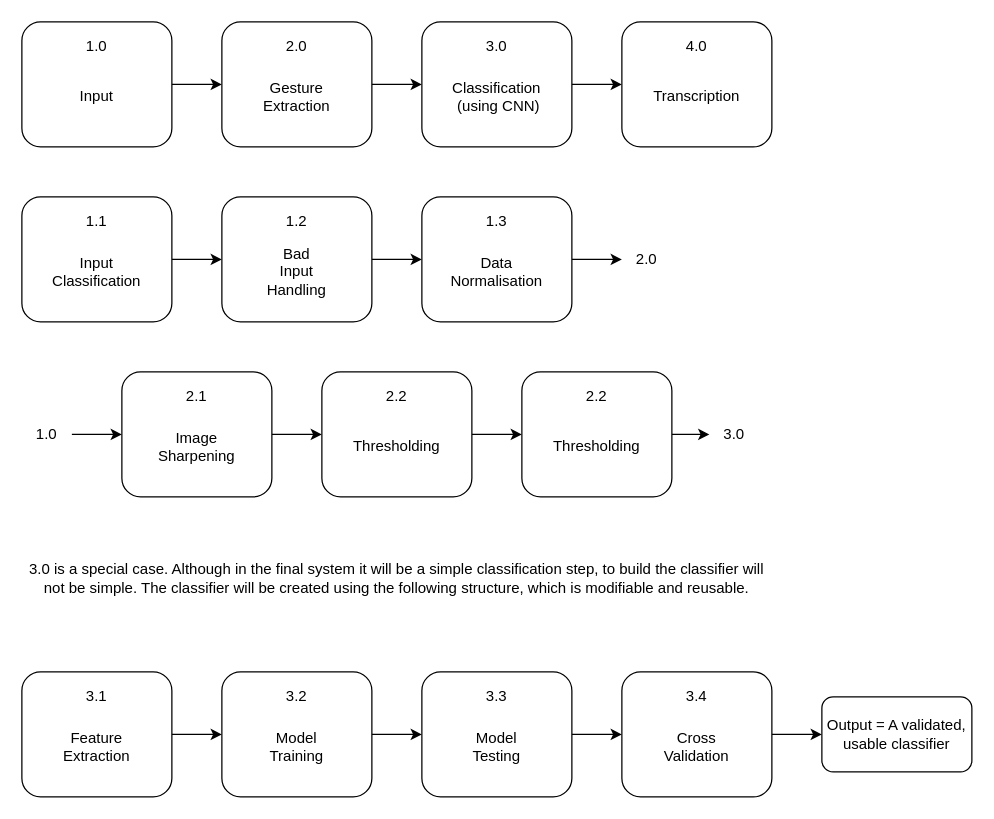
Above: Untitled Diagram.drawio in Inkletblot/drawio (draw.io), before the change. Source tidied: cells renumbered, new cells numbered last; positions are measured from the earlier drawing's top-left corner, leaving out a move shared by most shapes. Both pictures are drawn from the tidied source at 125%, with x=0, y=0 at pixel (21, 21).
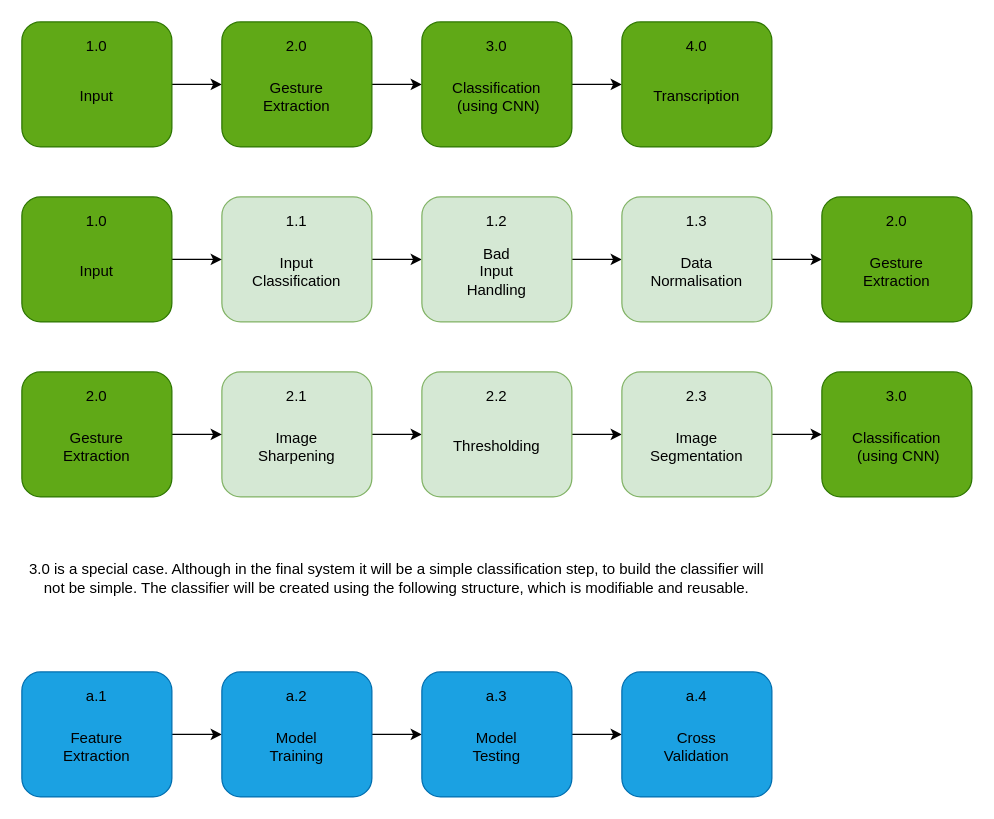
Above is the later version.

The edit, as a diff of the source:
```diff
@@
-    <mxCell id="3" style="rounded=1;whiteSpace=wrap;html=1;" parent="1" vertex="1">
+    <mxCell id="3" style="rounded=1;whiteSpace=wrap;html=1;fillColor=#60a917;strokeColor=#2D7600;fontColor=#ffffff;" parent="1" vertex="1">
       <mxGeometry width="120" height="100" as="geometry" />
     </mxCell>
@@
-    <mxCell id="7" style="rounded=1;whiteSpace=wrap;html=1;" parent="1" vertex="1">
+    <mxCell id="7" style="rounded=1;whiteSpace=wrap;html=1;fillColor=#60a917;strokeColor=#2D7600;fontColor=#ffffff;" parent="1" vertex="1">
       <mxGeometry x="160" width="120" height="100" as="geometry" />
     </mxCell>
@@
-    <mxCell id="11" style="rounded=1;whiteSpace=wrap;html=1;" parent="1" vertex="1">
+    <mxCell id="11" style="rounded=1;whiteSpace=wrap;html=1;fillColor=#1ba1e2;fontColor=#ffffff;strokeColor=#006EAF;" parent="1" vertex="1">
       <mxGeometry y="520" width="120" height="100" as="geometry" />
     </mxCell>
-    <mxCell id="12" value="3.1" style="text;html=1;strokeColor=none;fillColor=none;align=center;verticalAlign=middle;whiteSpace=wrap;rounded=0;" parent="1" vertex="1">
+    <mxCell id="12" value="a.1" style="text;html=1;strokeColor=none;fillColor=none;align=center;verticalAlign=middle;whiteSpace=wrap;rounded=0;" parent="1" vertex="1">
       <mxGeometry x="40" y="530" width="40" height="20" as="geometry" />
     </mxCell>
@@
-    <mxCell id="15" style="rounded=1;whiteSpace=wrap;html=1;" parent="1" vertex="1">
+    <mxCell id="15" style="rounded=1;whiteSpace=wrap;html=1;fillColor=#60a917;strokeColor=#2D7600;fontColor=#ffffff;" parent="1" vertex="1">
       <mxGeometry x="320" width="120" height="100" as="geometry" />
     </mxCell>
@@
-    <mxCell id="18" style="rounded=1;whiteSpace=wrap;html=1;" parent="1" vertex="1">
+    <mxCell id="18" style="rounded=1;whiteSpace=wrap;html=1;fillColor=#60a917;strokeColor=#2D7600;fontColor=#ffffff;" parent="1" vertex="1">
       <mxGeometry x="480" width="120" height="100" as="geometry" />
     </mxCell>
@@
-    <mxCell id="22" style="rounded=1;whiteSpace=wrap;html=1;" parent="1" vertex="1">
-      <mxGeometry y="140" width="120" height="100" as="geometry" />
+    <mxCell id="22" style="rounded=1;whiteSpace=wrap;html=1;fillColor=#d5e8d4;strokeColor=#82b366;" parent="1" vertex="1">
+      <mxGeometry x="160" y="140" width="120" height="100" as="geometry" />
     </mxCell>
     <mxCell id="23" value="1.1" style="text;html=1;strokeColor=none;fillColor=none;align=center;verticalAlign=middle;whiteSpace=wrap;rounded=0;" parent="1" vertex="1">
-      <mxGeometry x="40" y="150" width="40" height="20" as="geometry" />
+      <mxGeometry x="200" y="150" width="40" height="20" as="geometry" />
     </mxCell>
     <mxCell id="24" value="Input Classification" style="text;html=1;strokeColor=none;fillColor=none;align=center;verticalAlign=middle;whiteSpace=wrap;rounded=0;" parent="1" vertex="1">
-      <mxGeometry x="40" y="190" width="40" height="20" as="geometry" />
+      <mxGeometry x="200" y="190" width="40" height="20" as="geometry" />
     </mxCell>
@@
-    <mxCell id="26" style="rounded=1;whiteSpace=wrap;html=1;" parent="1" vertex="1">
-      <mxGeometry x="160" y="140" width="120" height="100" as="geometry" />
+    <mxCell id="26" style="rounded=1;whiteSpace=wrap;html=1;fillColor=#d5e8d4;strokeColor=#82b366;" parent="1" vertex="1">
+      <mxGeometry x="320" y="140" width="120" height="100" as="geometry" />
     </mxCell>
     <mxCell id="27" value="1.2" style="text;html=1;strokeColor=none;fillColor=none;align=center;verticalAlign=middle;whiteSpace=wrap;rounded=0;" parent="1" vertex="1">
-      <mxGeometry x="200" y="150" width="40" height="20" as="geometry" />
+      <mxGeometry x="360" y="150" width="40" height="20" as="geometry" />
     </mxCell>
     <mxCell id="28" value="Bad Input Handling" style="text;html=1;strokeColor=none;fillColor=none;align=center;verticalAlign=middle;whiteSpace=wrap;rounded=0;" parent="1" vertex="1">
-      <mxGeometry x="200" y="190" width="40" height="20" as="geometry" />
+      <mxGeometry x="360" y="190" width="40" height="20" as="geometry" />
     </mxCell>
-    <mxCell id="29" style="edgeStyle=orthogonalEdgeStyle;rounded=0;jettySize=auto;html=1;" parent="1" edge="1" source="30" target="33">
-      <mxGeometry relative="1" as="geometry" />
-    </mxCell>
+    <mxCell id="63" style="edgeStyle=orthogonalEdgeStyle;rounded=0;jettySize=auto;html=1;" parent="1" edge="1" source="30" target="68">
+      <mxGeometry relative="1" as="geometry" />
+    </mxCell>
-    <mxCell id="30" style="rounded=1;whiteSpace=wrap;html=1;" parent="1" vertex="1">
-      <mxGeometry x="320" y="140" width="120" height="100" as="geometry" />
+    <mxCell id="30" style="rounded=1;whiteSpace=wrap;html=1;fillColor=#d5e8d4;strokeColor=#82b366;" parent="1" vertex="1">
+      <mxGeometry x="480" y="140" width="120" height="100" as="geometry" />
     </mxCell>
     <mxCell id="31" value="1.3" style="text;html=1;strokeColor=none;fillColor=none;align=center;verticalAlign=middle;whiteSpace=wrap;rounded=0;" parent="1" vertex="1">
-      <mxGeometry x="360" y="150" width="40" height="20" as="geometry" />
+      <mxGeometry x="520" y="150" width="40" height="20" as="geometry" />
     </mxCell>
     <mxCell id="32" value="&lt;div&gt;Data Normalisation&lt;/div&gt;" style="text;html=1;strokeColor=none;fillColor=none;align=center;verticalAlign=middle;whiteSpace=wrap;rounded=0;" parent="1" vertex="1">
-      <mxGeometry x="360" y="190" width="40" height="20" as="geometry" />
+      <mxGeometry x="520" y="190" width="40" height="20" as="geometry" />
     </mxCell>
-    <mxCell id="33" value="2.0" style="text;html=1;strokeColor=none;fillColor=none;align=center;verticalAlign=middle;whiteSpace=wrap;rounded=0;" parent="1" vertex="1">
-      <mxGeometry x="480" y="180" width="40" height="20" as="geometry" />
-    </mxCell>
@@
-    <mxCell id="35" style="rounded=1;whiteSpace=wrap;html=1;" parent="1" vertex="1">
-      <mxGeometry x="80" y="280" width="120" height="100" as="geometry" />
+    <mxCell id="35" style="rounded=1;whiteSpace=wrap;html=1;fillColor=#d5e8d4;strokeColor=#82b366;" parent="1" vertex="1">
+      <mxGeometry x="160" y="280" width="120" height="100" as="geometry" />
     </mxCell>
     <mxCell id="36" value="2.1" style="text;html=1;strokeColor=none;fillColor=none;align=center;verticalAlign=middle;whiteSpace=wrap;rounded=0;" parent="1" vertex="1">
-      <mxGeometry x="120" y="290" width="40" height="20" as="geometry" />
+      <mxGeometry x="200" y="290" width="40" height="20" as="geometry" />
     </mxCell>
-    <mxCell id="37" style="edgeStyle=orthogonalEdgeStyle;rounded=0;jettySize=auto;html=1;" parent="1" edge="1" source="38" target="35">
-      <mxGeometry relative="1" as="geometry" />
-    </mxCell>
-    <mxCell id="38" value="1.0" style="text;html=1;strokeColor=none;fillColor=none;align=center;verticalAlign=middle;whiteSpace=wrap;rounded=0;" parent="1" vertex="1">
-      <mxGeometry y="320" width="40" height="20" as="geometry" />
-    </mxCell>
@@
-    <mxCell id="40" style="rounded=1;whiteSpace=wrap;html=1;" parent="1" vertex="1">
-      <mxGeometry x="240" y="280" width="120" height="100" as="geometry" />
+    <mxCell id="40" style="rounded=1;whiteSpace=wrap;html=1;fillColor=#d5e8d4;strokeColor=#82b366;" parent="1" vertex="1">
+      <mxGeometry x="320" y="280" width="120" height="100" as="geometry" />
     </mxCell>
     <mxCell id="41" value="2.2" style="text;html=1;strokeColor=none;fillColor=none;align=center;verticalAlign=middle;whiteSpace=wrap;rounded=0;" parent="1" vertex="1">
-      <mxGeometry x="280" y="290" width="40" height="20" as="geometry" />
+      <mxGeometry x="360" y="290" width="40" height="20" as="geometry" />
     </mxCell>
     <mxCell id="42" value="Image Sharpening" style="text;html=1;strokeColor=none;fillColor=none;align=center;verticalAlign=middle;whiteSpace=wrap;rounded=0;" parent="1" vertex="1">
-      <mxGeometry x="120" y="330" width="40" height="20" as="geometry" />
+      <mxGeometry x="200" y="330" width="40" height="20" as="geometry" />
     </mxCell>
-    <mxCell id="43" value="3.0" style="text;html=1;strokeColor=none;fillColor=none;align=center;verticalAlign=middle;whiteSpace=wrap;rounded=0;" parent="1" vertex="1">
-      <mxGeometry x="550" y="320" width="40" height="20" as="geometry" />
-    </mxCell>
     <mxCell id="44" value="&lt;div&gt;Thresholding&lt;/div&gt;" style="text;html=1;strokeColor=none;fillColor=none;align=center;verticalAlign=middle;whiteSpace=wrap;rounded=0;" parent="1" vertex="1">
-      <mxGeometry x="280" y="330" width="40" height="20" as="geometry" />
+      <mxGeometry x="360" y="330" width="40" height="20" as="geometry" />
     </mxCell>
-    <mxCell id="45" style="edgeStyle=orthogonalEdgeStyle;rounded=0;jettySize=auto;html=1;" parent="1" edge="1" source="46" target="43">
-      <mxGeometry relative="1" as="geometry" />
-    </mxCell>
+    <mxCell id="64" style="edgeStyle=orthogonalEdgeStyle;rounded=0;jettySize=auto;html=1;" parent="1" edge="1" source="46" target="75">
+      <mxGeometry relative="1" as="geometry" />
+    </mxCell>
-    <mxCell id="46" style="rounded=1;whiteSpace=wrap;html=1;" parent="1" vertex="1">
-      <mxGeometry x="400" y="280" width="120" height="100" as="geometry" />
+    <mxCell id="46" style="rounded=1;whiteSpace=wrap;html=1;fillColor=#d5e8d4;strokeColor=#82b366;" parent="1" vertex="1">
+      <mxGeometry x="480" y="280" width="120" height="100" as="geometry" />
     </mxCell>
-    <mxCell id="47" value="2.2" style="text;html=1;strokeColor=none;fillColor=none;align=center;verticalAlign=middle;whiteSpace=wrap;rounded=0;" parent="1" vertex="1">
-      <mxGeometry x="440" y="290" width="40" height="20" as="geometry" />
+    <mxCell id="47" value="2.3" style="text;html=1;strokeColor=none;fillColor=none;align=center;verticalAlign=middle;whiteSpace=wrap;rounded=0;" parent="1" vertex="1">
+      <mxGeometry x="520" y="290" width="40" height="20" as="geometry" />
     </mxCell>
-    <mxCell id="48" value="&lt;div&gt;Thresholding&lt;/div&gt;" style="text;html=1;strokeColor=none;fillColor=none;align=center;verticalAlign=middle;whiteSpace=wrap;rounded=0;" parent="1" vertex="1">
-      <mxGeometry x="440" y="330" width="40" height="20" as="geometry" />
+    <mxCell id="48" value="Image Segmentation" style="text;html=1;strokeColor=none;fillColor=none;align=center;verticalAlign=middle;whiteSpace=wrap;rounded=0;" parent="1" vertex="1">
+      <mxGeometry x="520" y="330" width="40" height="20" as="geometry" />
     </mxCell>
@@
-    <mxCell id="51" style="rounded=1;whiteSpace=wrap;html=1;" parent="1" vertex="1">
+    <mxCell id="51" style="rounded=1;whiteSpace=wrap;html=1;fillColor=#1ba1e2;fontColor=#ffffff;strokeColor=#006EAF;" parent="1" vertex="1">
       <mxGeometry x="160" y="520" width="120" height="100" as="geometry" />
     </mxCell>
-    <mxCell id="52" value="3.2" style="text;html=1;strokeColor=none;fillColor=none;align=center;verticalAlign=middle;whiteSpace=wrap;rounded=0;" parent="1" vertex="1">
+    <mxCell id="52" value="a.2" style="text;html=1;strokeColor=none;fillColor=none;align=center;verticalAlign=middle;whiteSpace=wrap;rounded=0;" parent="1" vertex="1">
       <mxGeometry x="200" y="530" width="40" height="20" as="geometry" />
     </mxCell>
@@
-    <mxCell id="55" style="rounded=1;whiteSpace=wrap;html=1;" parent="1" vertex="1">
+    <mxCell id="55" style="rounded=1;whiteSpace=wrap;html=1;fillColor=#1ba1e2;fontColor=#ffffff;strokeColor=#006EAF;" parent="1" vertex="1">
       <mxGeometry x="320" y="520" width="120" height="100" as="geometry" />
     </mxCell>
-    <mxCell id="56" value="3.3" style="text;html=1;strokeColor=none;fillColor=none;align=center;verticalAlign=middle;whiteSpace=wrap;rounded=0;" parent="1" vertex="1">
+    <mxCell id="56" value="a.3" style="text;html=1;strokeColor=none;fillColor=none;align=center;verticalAlign=middle;whiteSpace=wrap;rounded=0;" parent="1" vertex="1">
       <mxGeometry x="360" y="530" width="40" height="20" as="geometry" />
     </mxCell>
@@
-    <mxCell id="58" style="edgeStyle=orthogonalEdgeStyle;rounded=0;jettySize=auto;html=1;" parent="1" edge="1" source="59" target="62">
-      <mxGeometry relative="1" as="geometry" />
-    </mxCell>
-    <mxCell id="59" style="rounded=1;whiteSpace=wrap;html=1;" parent="1" vertex="1">
+    <mxCell id="59" style="rounded=1;whiteSpace=wrap;html=1;fillColor=#1ba1e2;fontColor=#ffffff;strokeColor=#006EAF;" parent="1" vertex="1">
       <mxGeometry x="480" y="520" width="120" height="100" as="geometry" />
     </mxCell>
-    <mxCell id="60" value="3.4" style="text;html=1;strokeColor=none;fillColor=none;align=center;verticalAlign=middle;whiteSpace=wrap;rounded=0;" parent="1" vertex="1">
+    <mxCell id="60" value="a.4" style="text;html=1;strokeColor=none;fillColor=none;align=center;verticalAlign=middle;whiteSpace=wrap;rounded=0;" parent="1" vertex="1">
       <mxGeometry x="520" y="530" width="40" height="20" as="geometry" />
     </mxCell>
@@
-    <mxCell id="62" value="Output = A validated, usable classifier" style="whiteSpace=wrap;html=1;rounded=1;" parent="1" vertex="1">
-      <mxGeometry x="640" y="540" width="120" height="60" as="geometry" />
-    </mxCell>
+    <mxCell id="65" style="edgeStyle=orthogonalEdgeStyle;rounded=0;jettySize=auto;html=1;" parent="1" edge="1" source="66" target="22">
+      <mxGeometry relative="1" as="geometry" />
+    </mxCell>
+    <mxCell id="66" style="rounded=1;whiteSpace=wrap;html=1;fillColor=#60a917;strokeColor=#2D7600;fontColor=#ffffff;" parent="1" vertex="1">
+      <mxGeometry y="140" width="120" height="100" as="geometry" />
+    </mxCell>
+    <mxCell id="38" value="1.0" style="text;html=1;strokeColor=none;fillColor=none;align=center;verticalAlign=middle;whiteSpace=wrap;rounded=0;" parent="1" vertex="1">
+      <mxGeometry x="40" y="150" width="40" height="20" as="geometry" />
+    </mxCell>
+    <mxCell id="67" value="Input" style="text;html=1;strokeColor=none;fillColor=none;align=center;verticalAlign=middle;whiteSpace=wrap;rounded=0;" parent="1" vertex="1">
+      <mxGeometry x="40" y="190" width="40" height="20" as="geometry" />
+    </mxCell>
+    <mxCell id="68" style="rounded=1;whiteSpace=wrap;html=1;fillColor=#60a917;strokeColor=#2D7600;fontColor=#ffffff;" parent="1" vertex="1">
+      <mxGeometry x="640" y="140" width="120" height="100" as="geometry" />
+    </mxCell>
+    <mxCell id="69" value="2.0" style="text;html=1;strokeColor=none;fillColor=none;align=center;verticalAlign=middle;whiteSpace=wrap;rounded=0;" parent="1" vertex="1">
+      <mxGeometry x="680" y="150" width="40" height="20" as="geometry" />
+    </mxCell>
+    <mxCell id="70" value="Gesture Extraction" style="text;html=1;strokeColor=none;fillColor=none;align=center;verticalAlign=middle;whiteSpace=wrap;rounded=0;" parent="1" vertex="1">
+      <mxGeometry x="680" y="190" width="40" height="20" as="geometry" />
+    </mxCell>
+    <mxCell id="71" style="edgeStyle=orthogonalEdgeStyle;rounded=0;jettySize=auto;html=1;entryX=0;entryY=0.5;entryDx=0;entryDy=0;" parent="1" edge="1" source="72" target="35">
+      <mxGeometry relative="1" as="geometry" />
+    </mxCell>
+    <mxCell id="72" style="rounded=1;whiteSpace=wrap;html=1;fillColor=#60a917;strokeColor=#2D7600;fontColor=#ffffff;" parent="1" vertex="1">
+      <mxGeometry y="280" width="120" height="100" as="geometry" />
+    </mxCell>
+    <mxCell id="73" value="2.0" style="text;html=1;strokeColor=none;fillColor=none;align=center;verticalAlign=middle;whiteSpace=wrap;rounded=0;" parent="1" vertex="1">
+      <mxGeometry x="40" y="290" width="40" height="20" as="geometry" />
+    </mxCell>
+    <mxCell id="74" value="Gesture Extraction" style="text;html=1;strokeColor=none;fillColor=none;align=center;verticalAlign=middle;whiteSpace=wrap;rounded=0;" parent="1" vertex="1">
+      <mxGeometry x="40" y="330" width="40" height="20" as="geometry" />
+    </mxCell>
+    <mxCell id="75" style="rounded=1;whiteSpace=wrap;html=1;fillColor=#60a917;strokeColor=#2D7600;fontColor=#ffffff;" parent="1" vertex="1">
+      <mxGeometry x="640" y="280" width="120" height="100" as="geometry" />
+    </mxCell>
+    <mxCell id="43" value="3.0" style="text;html=1;strokeColor=none;fillColor=none;align=center;verticalAlign=middle;whiteSpace=wrap;rounded=0;" parent="1" vertex="1">
+      <mxGeometry x="680" y="290" width="40" height="20" as="geometry" />
+    </mxCell>
+    <mxCell id="76" value="&lt;div&gt;Classification&lt;/div&gt;&lt;div&gt;&amp;nbsp;(using CNN)&lt;/div&gt;" style="text;html=1;strokeColor=none;fillColor=none;align=center;verticalAlign=middle;whiteSpace=wrap;rounded=0;" parent="1" vertex="1">
+      <mxGeometry x="680" y="330" width="40" height="20" as="geometry" />
+    </mxCell>
```
